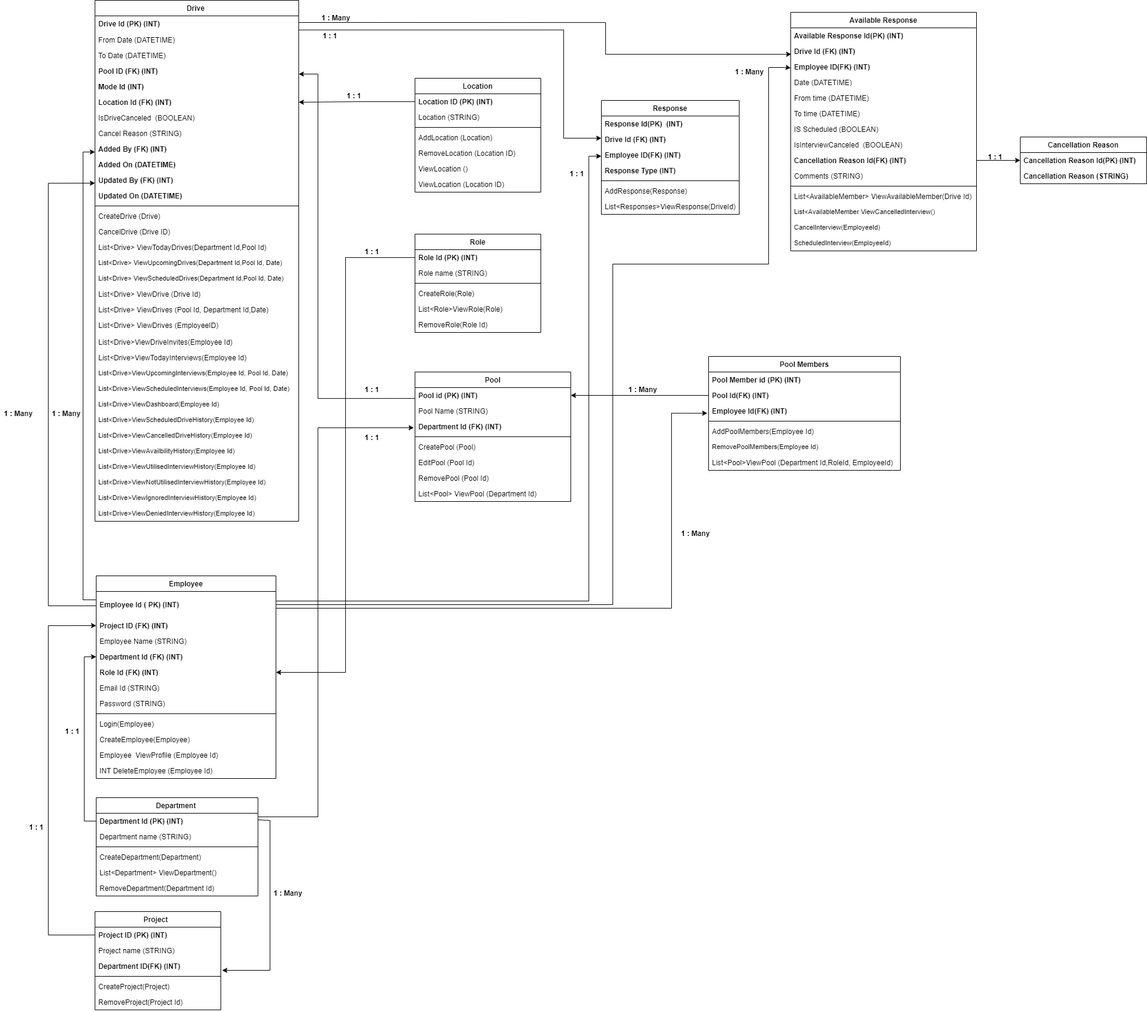
Above: Design/Data Model/Logical diagram.png in TeamAlpha01/Project (draw.io), before the change. Source tidied: cells renumbered, new cells last; positions are measured from the earlier drawing's top-left corner, leaving out a move shared by most shapes.
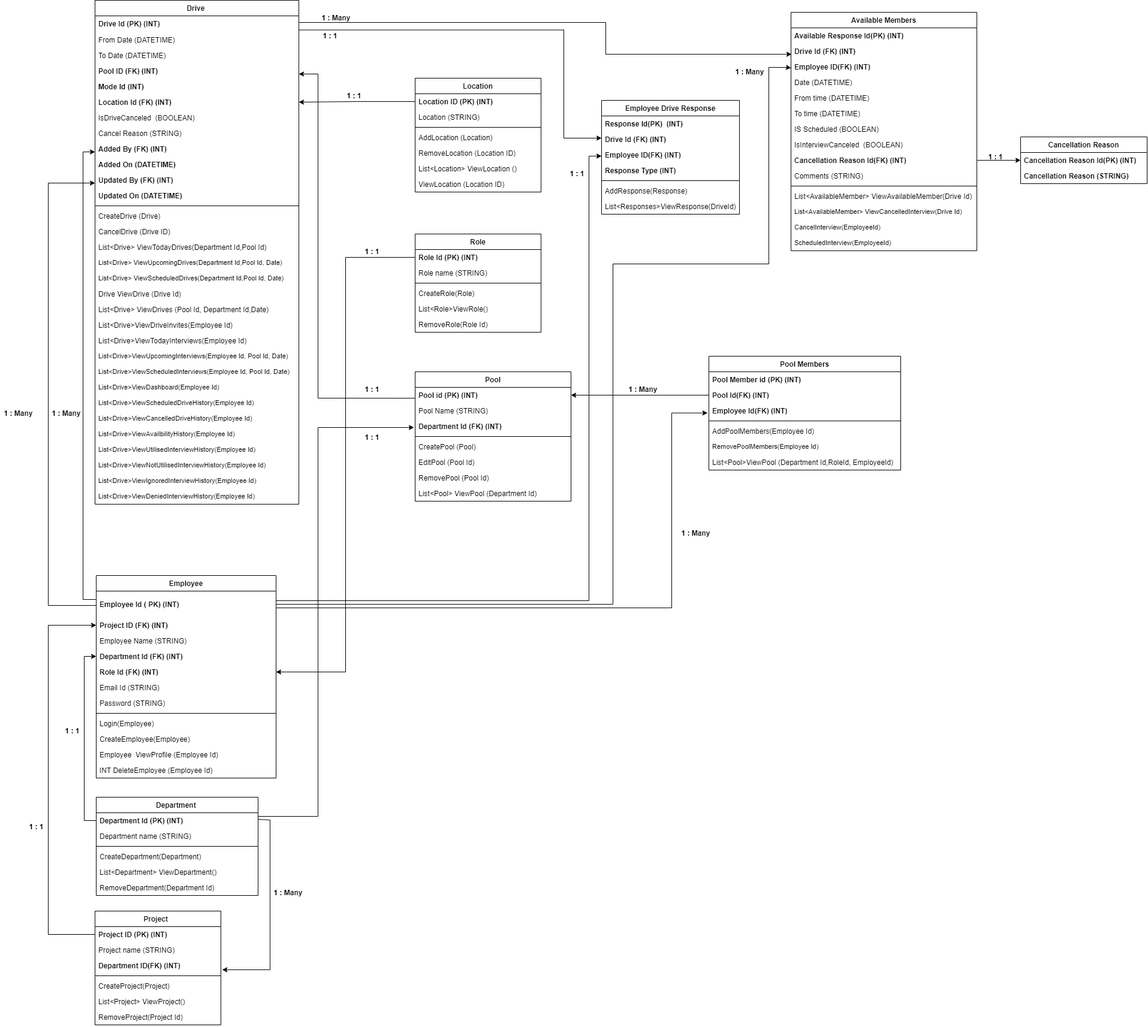
Above is the later version.

Commit message:
Updated Logical diagram

The edit, as a diff of the source:
```diff
@@ -93,7 +93,7 @@
       <mxGeometry y="312" width="300" height="26" as="geometry" />
     </mxCell>
     <mxCell id="32" value="Drive " style="swimlane;fontStyle=1;align=center;verticalAlign=top;horizontal=1;startSize=26;" parent="1" vertex="1">
-      <mxGeometry x="158" width="340" height="869" as="geometry" />
+      <mxGeometry x="158" width="340" height="841" as="geometry" />
     </mxCell>
     <mxCell id="33" value="Drive Id (PK) (INT)" style="text;strokeColor=none;fillColor=none;align=left;verticalAlign=top;spacingLeft=4;spacingRight=4;overflow=hidden;fontStyle=1;" parent="32" vertex="1">
       <mxGeometry y="26" width="340" height="27" as="geometry" />
@@ -149,50 +149,47 @@
     <mxCell id="50" value="List&lt;Drive&gt; ViewScheduledDrives(Department Id,Pool Id, Date)" style="text;strokeColor=none;fillColor=none;align=left;verticalAlign=top;spacingLeft=4;spacingRight=4;overflow=hidden;fontSize=11;" parent="32" vertex="1">
       <mxGeometry y="451" width="340" height="26" as="geometry" />
     </mxCell>
-    <mxCell id="51" value="List&lt;Drive&gt; ViewDrive (Drive Id)" style="text;strokeColor=none;fillColor=none;align=left;verticalAlign=top;spacingLeft=4;spacingRight=4;overflow=hidden;" parent="32" vertex="1">
+    <mxCell id="51" value="Drive ViewDrive (Drive Id)" style="text;strokeColor=none;fillColor=none;align=left;verticalAlign=top;spacingLeft=4;spacingRight=4;overflow=hidden;" parent="32" vertex="1">
       <mxGeometry y="477" width="340" height="26" as="geometry" />
     </mxCell>
     <mxCell id="52" value="List&lt;Drive&gt; ViewDrives (Pool Id, Department Id,Date)" style="text;strokeColor=none;fillColor=none;align=left;verticalAlign=top;spacingLeft=4;spacingRight=4;overflow=hidden;" parent="32" vertex="1">
       <mxGeometry y="503" width="340" height="26" as="geometry" />
     </mxCell>
-    <mxCell id="53" value="List&lt;Drive&gt; ViewDrives (EmployeeID)" style="text;strokeColor=none;fillColor=none;align=left;verticalAlign=top;spacingLeft=4;spacingRight=4;overflow=hidden;" parent="32" vertex="1">
-      <mxGeometry y="529" width="340" height="28" as="geometry" />
-    </mxCell>
     <mxCell id="54" value="List&lt;Drive&gt;ViewDriveInvites(Employee Id)" style="text;strokeColor=none;fillColor=none;align=left;verticalAlign=top;spacingLeft=4;spacingRight=4;overflow=hidden;" parent="32" vertex="1">
-      <mxGeometry y="557" width="340" height="26" as="geometry" />
+      <mxGeometry y="529" width="340" height="26" as="geometry" />
     </mxCell>
     <mxCell id="55" value="List&lt;Drive&gt;ViewTodayInterviews(Employee Id)" style="text;strokeColor=none;fillColor=none;align=left;verticalAlign=top;spacingLeft=4;spacingRight=4;overflow=hidden;fontSize=12;" parent="32" vertex="1">
-      <mxGeometry y="583" width="340" height="26" as="geometry" />
+      <mxGeometry y="555" width="340" height="26" as="geometry" />
     </mxCell>
     <mxCell id="56" value="List&lt;Drive&gt;ViewUpcomingInterviews(Employee Id, Pool Id, Date)" style="text;strokeColor=none;fillColor=none;align=left;verticalAlign=top;spacingLeft=4;spacingRight=4;overflow=hidden;fontSize=11;" parent="32" vertex="1">
-      <mxGeometry y="609" width="340" height="26" as="geometry" />
+      <mxGeometry y="581" width="340" height="26" as="geometry" />
     </mxCell>
     <mxCell id="57" value="List&lt;Drive&gt;ViewScheduledInterviews(Employee Id, Pool Id, Date)" style="text;strokeColor=none;fillColor=none;align=left;verticalAlign=top;spacingLeft=4;spacingRight=4;overflow=hidden;fontSize=11;" parent="32" vertex="1">
-      <mxGeometry y="635" width="340" height="26" as="geometry" />
+      <mxGeometry y="607" width="340" height="26" as="geometry" />
     </mxCell>
     <mxCell id="58" value="List&lt;Drive&gt;ViewDashboard(Employee Id)" style="text;strokeColor=none;fillColor=none;align=left;verticalAlign=top;spacingLeft=4;spacingRight=4;overflow=hidden;fontSize=11;" parent="32" vertex="1">
-      <mxGeometry y="661" width="340" height="26" as="geometry" />
+      <mxGeometry y="633" width="340" height="26" as="geometry" />
     </mxCell>
     <mxCell id="59" value="List&lt;Drive&gt;ViewScheduledDriveHistory(Employee Id)" style="text;strokeColor=none;fillColor=none;align=left;verticalAlign=top;spacingLeft=4;spacingRight=4;overflow=hidden;fontSize=11;" parent="32" vertex="1">
-      <mxGeometry y="687" width="340" height="26" as="geometry" />
+      <mxGeometry y="659" width="340" height="26" as="geometry" />
     </mxCell>
     <mxCell id="60" value="List&lt;Drive&gt;ViewCancelledDriveHistory(Employee Id)" style="text;strokeColor=none;fillColor=none;align=left;verticalAlign=top;spacingLeft=4;spacingRight=4;overflow=hidden;fontSize=11;" parent="32" vertex="1">
-      <mxGeometry y="713" width="340" height="26" as="geometry" />
+      <mxGeometry y="685" width="340" height="26" as="geometry" />
     </mxCell>
     <mxCell id="61" value="List&lt;Drive&gt;ViewAvailbilityHistory(Employee Id)" style="text;strokeColor=none;fillColor=none;align=left;verticalAlign=top;spacingLeft=4;spacingRight=4;overflow=hidden;fontSize=11;" parent="32" vertex="1">
-      <mxGeometry y="739" width="340" height="26" as="geometry" />
+      <mxGeometry y="711" width="340" height="26" as="geometry" />
     </mxCell>
     <mxCell id="62" value="List&lt;Drive&gt;ViewUtilisedInterviewHistory(Employee Id)" style="text;strokeColor=none;fillColor=none;align=left;verticalAlign=top;spacingLeft=4;spacingRight=4;overflow=hidden;fontSize=11;" parent="32" vertex="1">
-      <mxGeometry y="765" width="340" height="26" as="geometry" />
+      <mxGeometry y="737" width="340" height="26" as="geometry" />
     </mxCell>
     <mxCell id="63" value="List&lt;Drive&gt;ViewNotUtilisedInterviewHistory(Employee Id)" style="text;strokeColor=none;fillColor=none;align=left;verticalAlign=top;spacingLeft=4;spacingRight=4;overflow=hidden;fontSize=11;" parent="32" vertex="1">
-      <mxGeometry y="791" width="340" height="26" as="geometry" />
+      <mxGeometry y="763" width="340" height="26" as="geometry" />
     </mxCell>
     <mxCell id="64" value="List&lt;Drive&gt;ViewIgnoredInterviewHistory(Employee Id)" style="text;strokeColor=none;fillColor=none;align=left;verticalAlign=top;spacingLeft=4;spacingRight=4;overflow=hidden;fontSize=11;" parent="32" vertex="1">
-      <mxGeometry y="817" width="340" height="26" as="geometry" />
+      <mxGeometry y="789" width="340" height="26" as="geometry" />
     </mxCell>
     <mxCell id="65" value="List&lt;Drive&gt;ViewDeniedInterviewHistory(Employee Id)" style="text;strokeColor=none;fillColor=none;align=left;verticalAlign=top;spacingLeft=4;spacingRight=4;overflow=hidden;fontSize=11;" parent="32" vertex="1">
-      <mxGeometry y="843" width="340" height="26" as="geometry" />
+      <mxGeometry y="815" width="340" height="26" as="geometry" />
     </mxCell>
     <mxCell id="66" value="Location" style="swimlane;fontStyle=1;align=center;verticalAlign=top;horizontal=1;startSize=26;" parent="1" vertex="1">
       <mxGeometry x="692" y="130" width="210" height="190" as="geometry" />
@@ -212,13 +209,13 @@
     <mxCell id="71" value="RemoveLocation (Location ID)" style="text;strokeColor=none;fillColor=none;align=left;verticalAlign=top;spacingLeft=4;spacingRight=4;overflow=hidden;" parent="66" vertex="1">
       <mxGeometry y="112" width="210" height="26" as="geometry" />
     </mxCell>
-    <mxCell id="72" value="ViewLocation ()" style="text;strokeColor=none;fillColor=none;align=left;verticalAlign=top;spacingLeft=4;spacingRight=4;overflow=hidden;" parent="66" vertex="1">
+    <mxCell id="72" value="List&lt;Location&gt; ViewLocation ()" style="text;strokeColor=none;fillColor=none;align=left;verticalAlign=top;spacingLeft=4;spacingRight=4;overflow=hidden;" parent="66" vertex="1">
       <mxGeometry y="138" width="210" height="26" as="geometry" />
     </mxCell>
     <mxCell id="73" value="ViewLocation (Location ID)" style="text;strokeColor=none;fillColor=none;align=left;verticalAlign=top;spacingLeft=4;spacingRight=4;overflow=hidden;" parent="66" vertex="1">
       <mxGeometry y="164" width="210" height="26" as="geometry" />
     </mxCell>
-    <mxCell id="74" value="Response" style="swimlane;fontStyle=1;align=center;verticalAlign=top;horizontal=1;startSize=26;" parent="1" vertex="1">
+    <mxCell id="74" value="Employee Drive Response" style="swimlane;fontStyle=1;align=center;verticalAlign=top;horizontal=1;startSize=26;" parent="1" vertex="1">
       <mxGeometry x="1003" y="167" width="230" height="190" as="geometry" />
     </mxCell>
     <mxCell id="75" value="Response Id(PK)  (INT)" style="text;strokeColor=none;fillColor=none;align=left;verticalAlign=top;spacingLeft=4;spacingRight=4;overflow=hidden;fontStyle=1;" parent="74" vertex="1">
@@ -243,7 +240,7 @@
       <mxGeometry y="164" width="230" height="26" as="geometry" />
     </mxCell>
     <mxCell id="82" value="Project  " style="swimlane;fontStyle=1;align=center;verticalAlign=top;horizontal=1;startSize=26;" parent="1" vertex="1">
-      <mxGeometry x="158" y="1520" width="210" height="164" as="geometry" />
+      <mxGeometry x="158" y="1520" width="210" height="190" as="geometry" />
     </mxCell>
     <mxCell id="83" value="Project ID (PK) (INT)" style="text;strokeColor=none;fillColor=none;align=left;verticalAlign=top;spacingLeft=4;spacingRight=4;overflow=hidden;points=[[0,0.5],[1,0.5]];portConstraint=eastwest;fontStyle=1;" parent="82" vertex="1">
       <mxGeometry y="26" width="210" height="26" as="geometry" />
@@ -260,8 +257,11 @@
     <mxCell id="87" value="CreateProject(Project)" style="text;strokeColor=none;fillColor=none;align=left;verticalAlign=top;spacingLeft=4;spacingRight=4;overflow=hidden;" parent="82" vertex="1">
       <mxGeometry y="112" width="210" height="26" as="geometry" />
     </mxCell>
+    <mxCell id="154" value="List&lt;Project&gt; ViewProject()" style="text;strokeColor=none;fillColor=none;align=left;verticalAlign=top;spacingLeft=4;spacingRight=4;overflow=hidden;" parent="82" vertex="1">
+      <mxGeometry y="138" width="210" height="26" as="geometry" />
+    </mxCell>
     <mxCell id="88" value="RemoveProject(Project Id)" style="text;strokeColor=none;fillColor=none;align=left;verticalAlign=top;spacingLeft=4;spacingRight=4;overflow=hidden;" parent="82" vertex="1">
-      <mxGeometry y="138" width="210" height="26" as="geometry" />
+      <mxGeometry y="164" width="210" height="26" as="geometry" />
     </mxCell>
     <mxCell id="89" value="Department " style="swimlane;fontStyle=1;align=center;verticalAlign=top;horizontal=1;startSize=26;" parent="1" vertex="1">
       <mxGeometry x="160" y="1330" width="270" height="164" as="geometry" />
@@ -299,13 +299,13 @@
     <mxCell id="100" value="CreateRole(Role)" style="text;strokeColor=none;fillColor=none;align=left;verticalAlign=top;spacingLeft=4;spacingRight=4;overflow=hidden;" parent="96" vertex="1">
       <mxGeometry y="86" width="210" height="26" as="geometry" />
     </mxCell>
-    <mxCell id="101" value="List&lt;Role&gt;ViewRole(Role)" style="text;strokeColor=none;fillColor=none;align=left;verticalAlign=top;spacingLeft=4;spacingRight=4;overflow=hidden;" parent="96" vertex="1">
+    <mxCell id="101" value="List&lt;Role&gt;ViewRole()" style="text;strokeColor=none;fillColor=none;align=left;verticalAlign=top;spacingLeft=4;spacingRight=4;overflow=hidden;" parent="96" vertex="1">
       <mxGeometry y="112" width="210" height="26" as="geometry" />
     </mxCell>
     <mxCell id="102" value="RemoveRole(Role Id)" style="text;strokeColor=none;fillColor=none;align=left;verticalAlign=top;spacingLeft=4;spacingRight=4;overflow=hidden;" parent="96" vertex="1">
       <mxGeometry y="138" width="210" height="26" as="geometry" />
     </mxCell>
-    <mxCell id="103" value="Available Response" style="swimlane;fontStyle=1;align=center;verticalAlign=top;horizontal=1;startSize=26;" parent="1" vertex="1">
+    <mxCell id="103" value="Available Members" style="swimlane;fontStyle=1;align=center;verticalAlign=top;horizontal=1;startSize=26;" parent="1" vertex="1">
       <mxGeometry x="1319" y="20" width="310" height="398" as="geometry" />
     </mxCell>
     <mxCell id="104" value="Available Response Id(PK) (INT)" style="text;strokeColor=none;fillColor=none;align=left;verticalAlign=top;spacingLeft=4;spacingRight=4;overflow=hidden;fontStyle=1;" parent="103" vertex="1">
@@ -344,7 +344,7 @@
     <mxCell id="115" value="List&lt;AvailableMember&gt; ViewAvailableMember(Drive Id)" style="text;strokeColor=none;fillColor=none;align=left;verticalAlign=top;spacingLeft=4;spacingRight=4;overflow=hidden;" parent="103" vertex="1">
       <mxGeometry y="294" width="310" height="26" as="geometry" />
     </mxCell>
-    <mxCell id="116" value="List&lt;AvailableMember ViewCancelledInterview()" style="text;strokeColor=none;fillColor=none;align=left;verticalAlign=top;spacingLeft=4;spacingRight=4;overflow=hidden;fontSize=11;" parent="103" vertex="1">
+    <mxCell id="116" value="List&lt;AvailableMember&gt; ViewCancelledInterview(Drive Id)" style="text;strokeColor=none;fillColor=none;align=left;verticalAlign=top;spacingLeft=4;spacingRight=4;overflow=hidden;fontSize=11;" parent="103" vertex="1">
       <mxGeometry y="320" width="310" height="26" as="geometry" />
     </mxCell>
     <mxCell id="117" value="CancelInterview(EmployeeId)" style="text;strokeColor=none;fillColor=none;align=left;verticalAlign=top;spacingLeft=4;spacingRight=4;overflow=hidden;fontSize=11;" parent="103" vertex="1">
```
